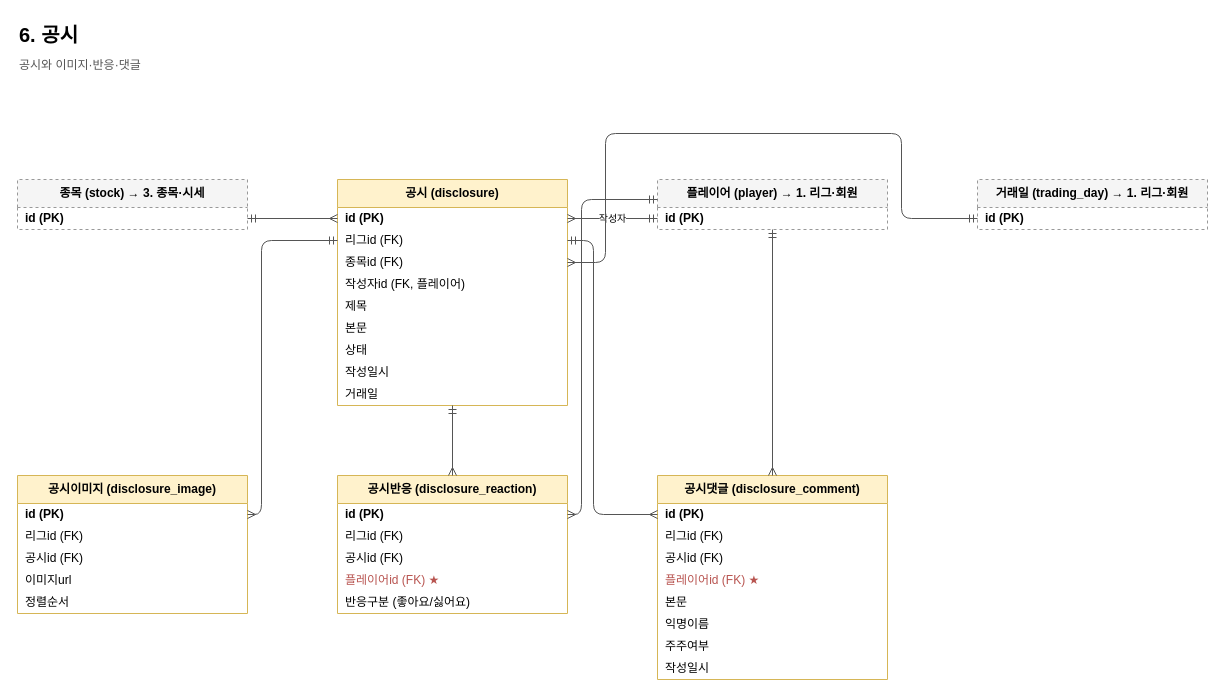
JECT-Study/naspi-5th-Server keeps this draw.io diagram as page "6. 공시" (7 of 9) of docs/erd/naspi.drawio. Above is the earlier version. Source tidied: cells renumbered, new cells numbered last; positions are measured from the earlier drawing's top-left corner, leaving out a move shared by most shapes. Both pictures are drawn from the tidied source at 100%, with x=0, y=0 at pixel (17, 17).
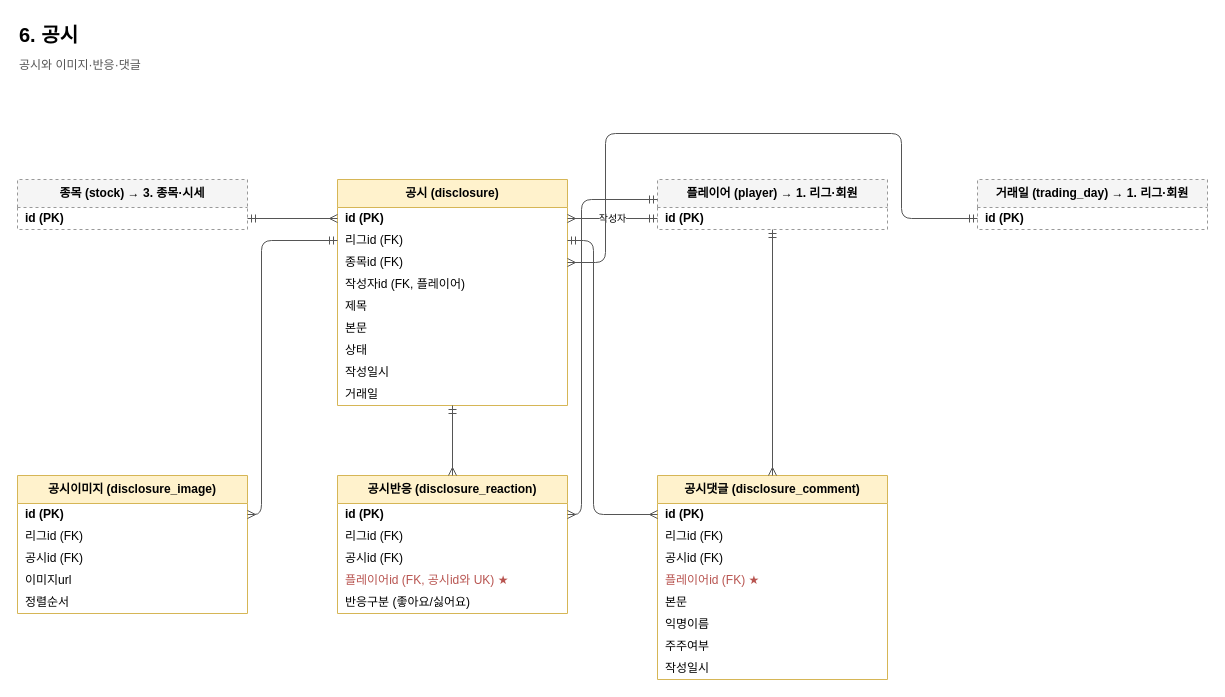
The same diagram, later.

Unchanged cells that the change refers to:
```xml
<mxCell id="18" value="공시반응 (disclosure_reaction)" style="swimlane;fontStyle=1;horizontal=1;startSize=28;html=1;whiteSpace=wrap;fillColor=#fff2cc;strokeColor=#d6b656;" parent="1" vertex="1">
  <mxGeometry x="320" y="458" width="230" height="138" as="geometry" />
</mxCell>
```

The edit, as a diff of the source:
```diff
@@
-    <mxCell id="22" value="플레이어id (FK) ★" style="text;strokeColor=none;fillColor=none;align=left;verticalAlign=middle;spacingLeft=6;overflow=hidden;html=1;fontColor=#B85450;" parent="18" vertex="1">
+    <mxCell id="22" value="플레이어id (FK, 공시id와 UK) ★" style="text;strokeColor=none;fillColor=none;align=left;verticalAlign=middle;spacingLeft=6;overflow=hidden;html=1;fontColor=#B85450;" parent="18" vertex="1">
       <mxGeometry y="94" width="230" height="22" as="geometry" />
     </mxCell>
```
